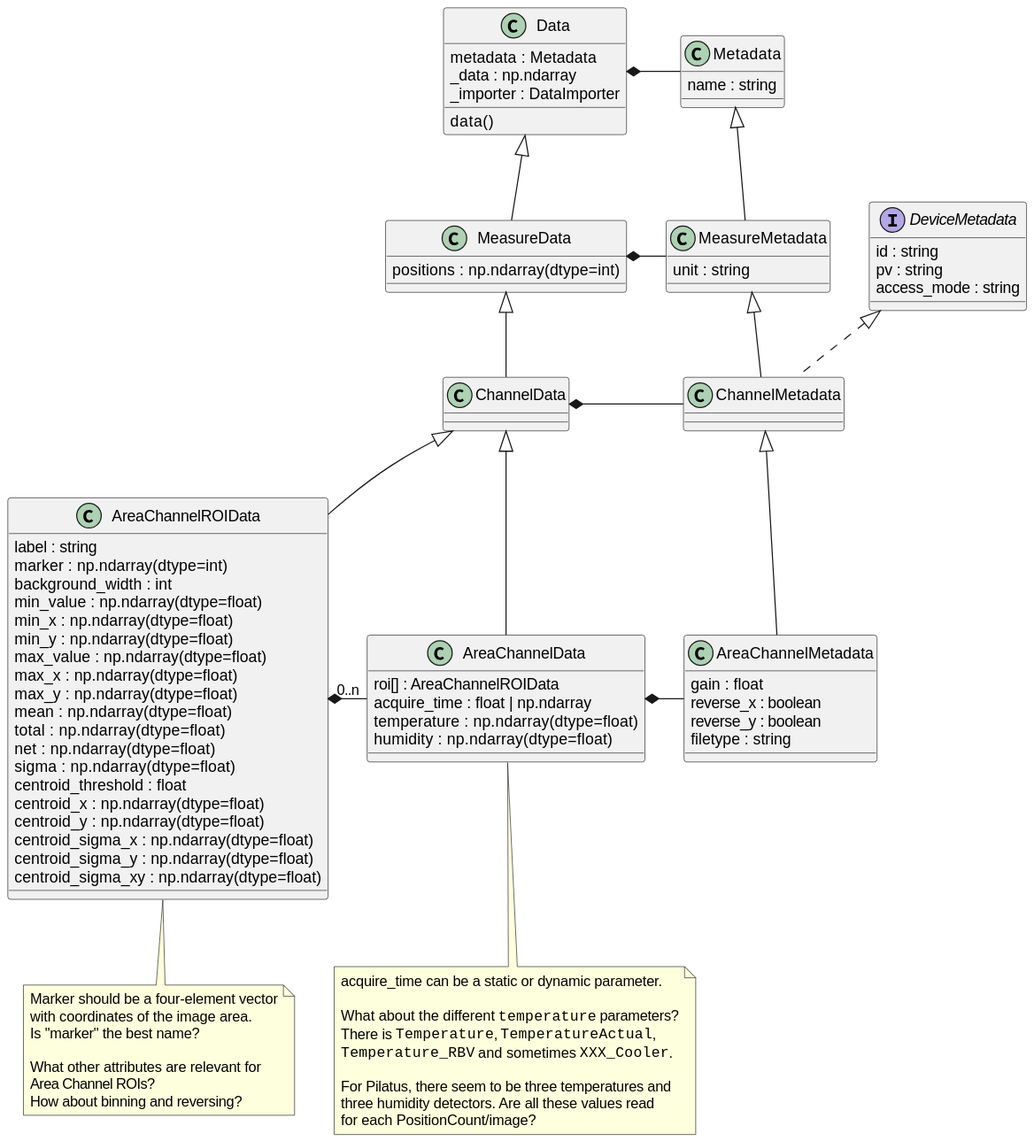
Before: docs/uml/areachannel.svg, a diagram exported from PlantUML (tillbiskup/evedata).
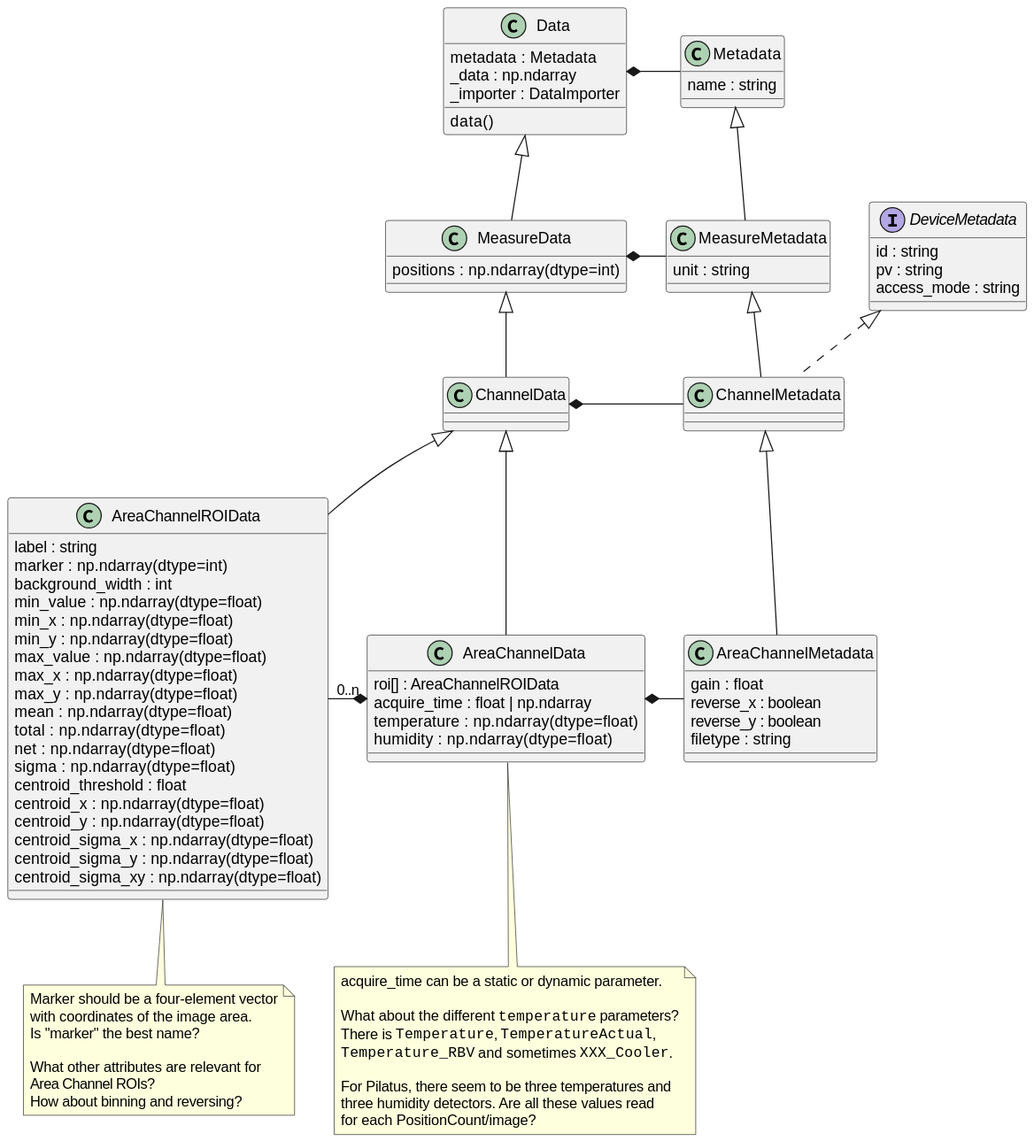
After the commit.

The edit, as a diff of the source:
```diff
@@ -39,7 +39,7 @@
 
 AreaChannelData *- AreaChannelMetadata
 
-AreaChannelROIData "0..n"  *- AreaChannelData
+AreaChannelROIData "0..n" -* AreaChannelData
 
 class AreaChannelROIData extends ChannelData{
     {field} label : string
```
